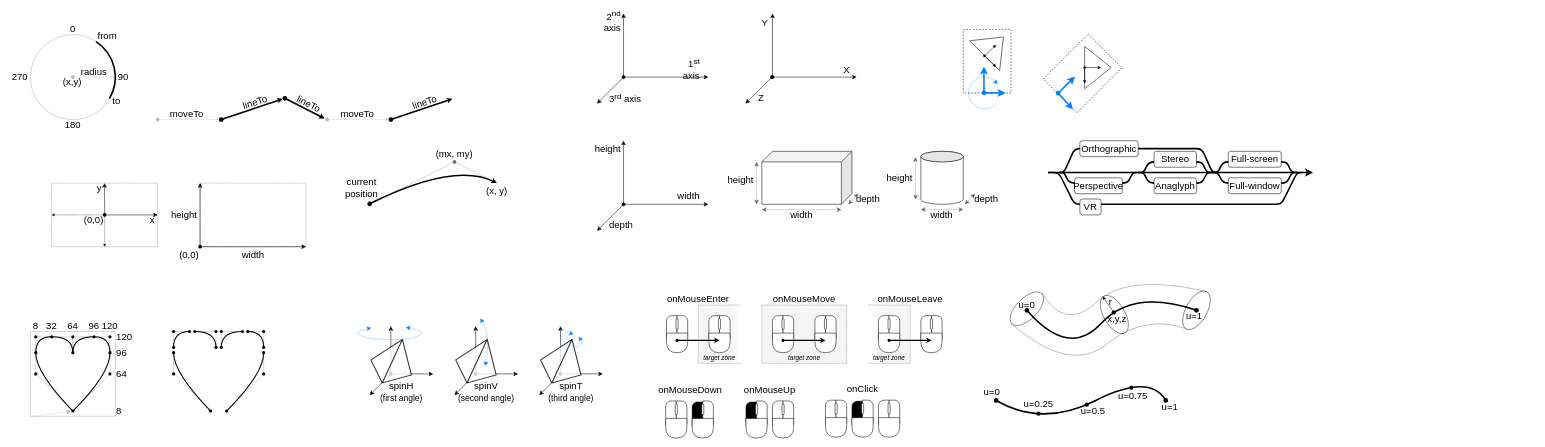
boytchev/suica keeps this draw.io diagram as docs/images/images.drawio. Above is the earlier version. Source tidied: cells renumbered, new cells numbered last; positions are measured from the earlier drawing's top-left corner, leaving out a move shared by most shapes. Both pictures are drawn from the tidied source at 53%, with x=0, y=0 at pixel (9, 13).
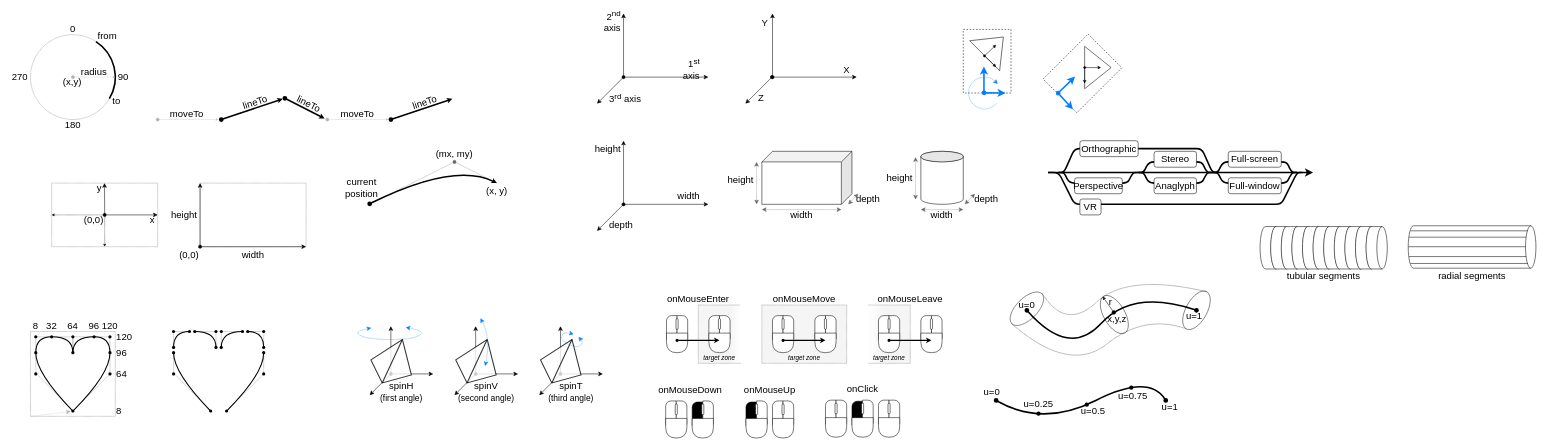
After the change.

Change to the diagram source:
```diff
@@
+    <mxCell id="291" style="shape=cylinder3;whiteSpace=wrap;html=1;boundedLbl=1;backgroundOutline=1;size=9.83332824707037;rotation=90;" parent="1" vertex="1">
+      <mxGeometry x="2340" y="422" width="80" height="40" as="geometry" />
+    </mxCell>
+    <mxCell id="292" style="shape=cylinder3;whiteSpace=wrap;html=1;boundedLbl=1;backgroundOutline=1;size=9.83332824707037;rotation=90;" parent="1" vertex="1">
+      <mxGeometry x="2360" y="422" width="80" height="40" as="geometry" />
+    </mxCell>
+    <mxCell id="293" style="shape=cylinder3;whiteSpace=wrap;html=1;boundedLbl=1;backgroundOutline=1;size=9.83332824707037;rotation=90;" parent="1" vertex="1">
+      <mxGeometry x="2380" y="422" width="80" height="40" as="geometry" />
+    </mxCell>
+    <mxCell id="294" style="shape=cylinder3;whiteSpace=wrap;html=1;boundedLbl=1;backgroundOutline=1;size=9.83332824707037;rotation=90;" parent="1" vertex="1">
+      <mxGeometry x="2400" y="422" width="80" height="40" as="geometry" />
+    </mxCell>
+    <mxCell id="295" style="shape=cylinder3;whiteSpace=wrap;html=1;boundedLbl=1;backgroundOutline=1;size=9.83332824707037;rotation=90;" parent="1" vertex="1">
+      <mxGeometry x="2420" y="422" width="80" height="40" as="geometry" />
+    </mxCell>
+    <mxCell id="296" style="shape=cylinder3;whiteSpace=wrap;html=1;boundedLbl=1;backgroundOutline=1;size=9.83332824707037;rotation=90;" parent="1" vertex="1">
+      <mxGeometry x="2440" y="422" width="80" height="40" as="geometry" />
+    </mxCell>
+    <mxCell id="297" style="shape=cylinder3;whiteSpace=wrap;html=1;boundedLbl=1;backgroundOutline=1;size=9.83332824707037;rotation=90;" parent="1" vertex="1">
+      <mxGeometry x="2460" y="422" width="80" height="40" as="geometry" />
+    </mxCell>
+    <mxCell id="298" style="shape=cylinder3;whiteSpace=wrap;html=1;boundedLbl=1;backgroundOutline=1;size=9.83332824707037;rotation=90;" parent="1" vertex="1">
+      <mxGeometry x="2480" y="422" width="80" height="40" as="geometry" />
+    </mxCell>
+    <mxCell id="299" style="shape=cylinder3;whiteSpace=wrap;html=1;boundedLbl=1;backgroundOutline=1;size=9.83332824707037;rotation=90;" parent="1" vertex="1">
+      <mxGeometry x="2500" y="422" width="80" height="40" as="geometry" />
+    </mxCell>
+    <mxCell id="300" style="shape=cylinder3;whiteSpace=wrap;html=1;boundedLbl=1;backgroundOutline=1;size=9.83332824707037;rotation=90;" parent="1" vertex="1">
+      <mxGeometry x="2520" y="422" width="80" height="40" as="geometry" />
+    </mxCell>
+    <mxCell id="301" style="shape=cylinder3;whiteSpace=wrap;html=1;boundedLbl=1;backgroundOutline=1;size=9.83332824707037;rotation=90;" parent="1" vertex="1">
+      <mxGeometry x="2540" y="422" width="80" height="40" as="geometry" />
+    </mxCell>
+    <mxCell id="302" style="shape=cylinder3;whiteSpace=wrap;html=1;boundedLbl=1;backgroundOutline=1;size=9.83332824707037;rotation=90;" parent="1" vertex="1">
+      <mxGeometry x="2720" y="320" width="80" height="241" as="geometry" />
+    </mxCell>
+    <mxCell id="303" style="endArrow=none;html=1;rounded=0;" parent="1" edge="1">
+      <mxGeometry relative="1" as="geometry">
+        <mxPoint x="2640" y="440" as="sourcePoint" />
+        <mxPoint x="2861" y="440" as="targetPoint" />
+      </mxGeometry>
+    </mxCell>
+    <mxCell id="304" style="endArrow=none;html=1;rounded=0;" parent="1" edge="1">
+      <mxGeometry relative="1" as="geometry">
+        <mxPoint x="2641" y="422" as="sourcePoint" />
+        <mxPoint x="2862" y="422" as="targetPoint" />
+      </mxGeometry>
+    </mxCell>
+    <mxCell id="305" style="endArrow=none;html=1;rounded=0;" parent="1" edge="1">
+      <mxGeometry relative="1" as="geometry">
+        <mxPoint x="2644" y="410" as="sourcePoint" />
+        <mxPoint x="2865" y="410" as="targetPoint" />
+      </mxGeometry>
+    </mxCell>
+    <mxCell id="306" style="endArrow=none;html=1;rounded=0;" parent="1" edge="1">
+      <mxGeometry relative="1" as="geometry">
+        <mxPoint x="2641" y="458.6" as="sourcePoint" />
+        <mxPoint x="2862" y="458.6" as="targetPoint" />
+      </mxGeometry>
+    </mxCell>
+    <mxCell id="307" style="endArrow=none;html=1;rounded=0;" parent="1" edge="1">
+      <mxGeometry relative="1" as="geometry">
+        <mxPoint x="2644" y="471.6" as="sourcePoint" />
+        <mxPoint x="2865" y="471.6" as="targetPoint" />
+      </mxGeometry>
+    </mxCell>
+    <mxCell id="308" value="tubular segments" style="text;html=1;strokeColor=none;fillColor=none;align=center;verticalAlign=middle;whiteSpace=wrap;rounded=0;fontFamily=Calibri;fontSize=18;" parent="1" vertex="1">
+      <mxGeometry x="2360" y="480" width="240" height="30" as="geometry" />
+    </mxCell>
+    <mxCell id="309" value="radial segments" style="text;html=1;strokeColor=none;fillColor=none;align=center;verticalAlign=middle;whiteSpace=wrap;rounded=0;fontFamily=Calibri;fontSize=18;" parent="1" vertex="1">
+      <mxGeometry x="2640" y="480" width="240" height="30" as="geometry" />
+    </mxCell>
```
